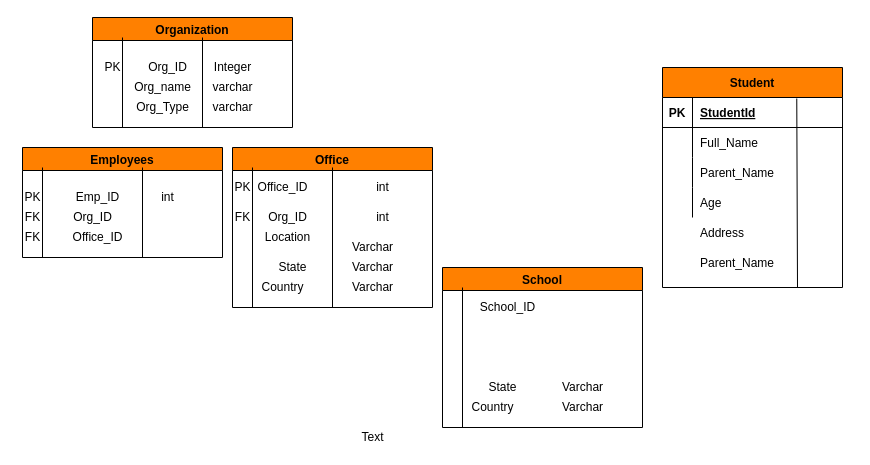
Earlier version of the draw.io diagram page "Page-3" (3 of 3) of TestResults-5.0.x/Untitled Diagram.drawio (Muruganandhu/Taleo). Source tidied: cells renumbered, new cells numbered last; positions are measured from the earlier drawing's top-left corner, leaving out a move shared by most shapes. Both pictures are drawn from the tidied source at 100%, with x=0, y=0 at pixel (17, 17).
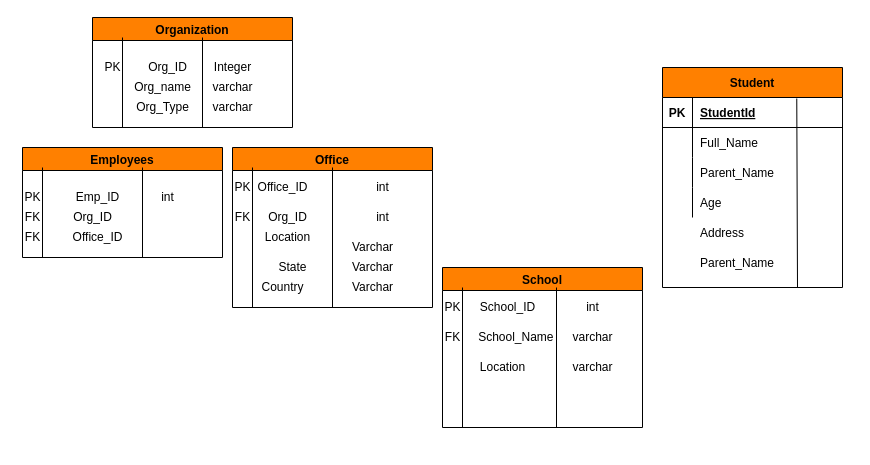
The same page after the edit.

The change refers to these unchanged cells:
```xml
<mxCell id="57" value="School" style="swimlane;fillColor=#FF8000;" parent="1" vertex="1">
  <mxGeometry x="425" y="250" width="200" height="160" as="geometry" />
</mxCell>
```

The edit, as a diff of the source:
```diff
@@
-    <mxCell id="58" value="State" style="text;html=1;align=center;verticalAlign=middle;strokeColor=none;fillColor=none;" parent="57" vertex="1">
-      <mxGeometry x="40" y="110" width="40" height="20" as="geometry" />
-    </mxCell>
-    <mxCell id="59" value="Varchar" style="text;html=1;align=center;verticalAlign=middle;strokeColor=none;fillColor=none;" parent="57" vertex="1">
-      <mxGeometry x="110" y="110" width="60" height="20" as="geometry" />
+    <mxCell id="59" value="varchar" style="text;html=1;align=center;verticalAlign=middle;strokeColor=none;fillColor=none;" parent="57" vertex="1">
+      <mxGeometry x="120" y="60" width="60" height="20" as="geometry" />
     </mxCell>
-    <mxCell id="60" value="Country" style="text;html=1;align=center;verticalAlign=middle;strokeColor=none;fillColor=none;" parent="57" vertex="1">
-      <mxGeometry x="20" y="130" width="60" height="20" as="geometry" />
-    </mxCell>
-    <mxCell id="61" value="Varchar" style="text;html=1;align=center;verticalAlign=middle;strokeColor=none;fillColor=none;" parent="57" vertex="1">
-      <mxGeometry x="110" y="130" width="60" height="20" as="geometry" />
-    </mxCell>
@@
+    <mxCell id="65" value="School_Name&amp;nbsp;" style="text;html=1;align=center;verticalAlign=middle;strokeColor=none;fillColor=none;" parent="57" vertex="1">
+      <mxGeometry x="30" y="60" width="90" height="20" as="geometry" />
+    </mxCell>
+    <mxCell id="66" value="Location" style="text;html=1;align=center;verticalAlign=middle;strokeColor=none;fillColor=none;" parent="57" vertex="1">
+      <mxGeometry x="30" y="90" width="60" height="20" as="geometry" />
+    </mxCell>
+    <mxCell id="67" value="varchar" style="text;html=1;align=center;verticalAlign=middle;strokeColor=none;fillColor=none;" parent="57" vertex="1">
+      <mxGeometry x="120" y="90" width="60" height="20" as="geometry" />
+    </mxCell>
@@
-    <mxCell id="64" value="Text" style="text;html=1;align=center;verticalAlign=middle;strokeColor=none;fillColor=none;" parent="1" vertex="1">
-      <mxGeometry x="335" y="410" width="40" height="20" as="geometry" />
-    </mxCell>
+    <mxCell id="68" value="PK" style="text;html=1;align=center;verticalAlign=middle;strokeColor=none;fillColor=none;" parent="1" vertex="1">
+      <mxGeometry x="420" y="280" width="30" height="20" as="geometry" />
+    </mxCell>
+    <mxCell id="69" value="FK" style="text;html=1;align=center;verticalAlign=middle;strokeColor=none;fillColor=none;" parent="1" vertex="1">
+      <mxGeometry x="420" y="310" width="30" height="20" as="geometry" />
+    </mxCell>
+    <mxCell id="70" style="endArrow=none;html=1;rounded=0;" parent="1" edge="1">
+      <mxGeometry relative="1" as="geometry">
+        <mxPoint x="539" y="410" as="sourcePoint" />
+        <mxPoint x="539" y="270" as="targetPoint" />
+      </mxGeometry>
+    </mxCell>
+    <mxCell id="71" value="int" style="text;html=1;align=center;verticalAlign=middle;strokeColor=none;fillColor=none;" parent="1" vertex="1">
+      <mxGeometry x="560" y="280" width="30" height="20" as="geometry" />
+    </mxCell>
```
